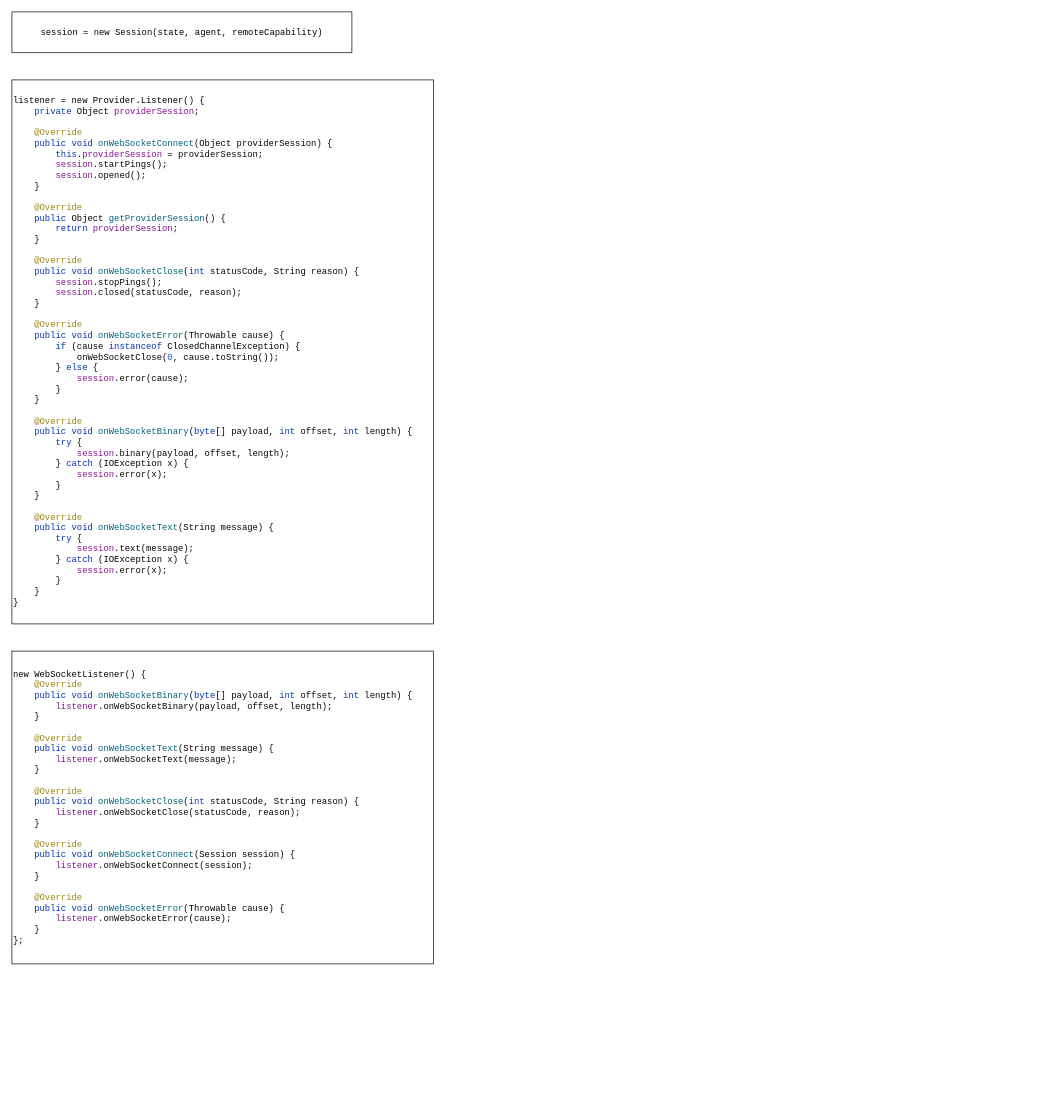
lzus/test keeps this draw.io diagram as websockethandler.drawio. Above is the earlier version. Source tidied: cells renumbered, new cells numbered last; positions are measured from the earlier drawing's top-left corner, leaving out a move shared by most shapes. Both pictures are drawn from the tidied source at 68%, with x=0, y=0 at pixel (12, 12).
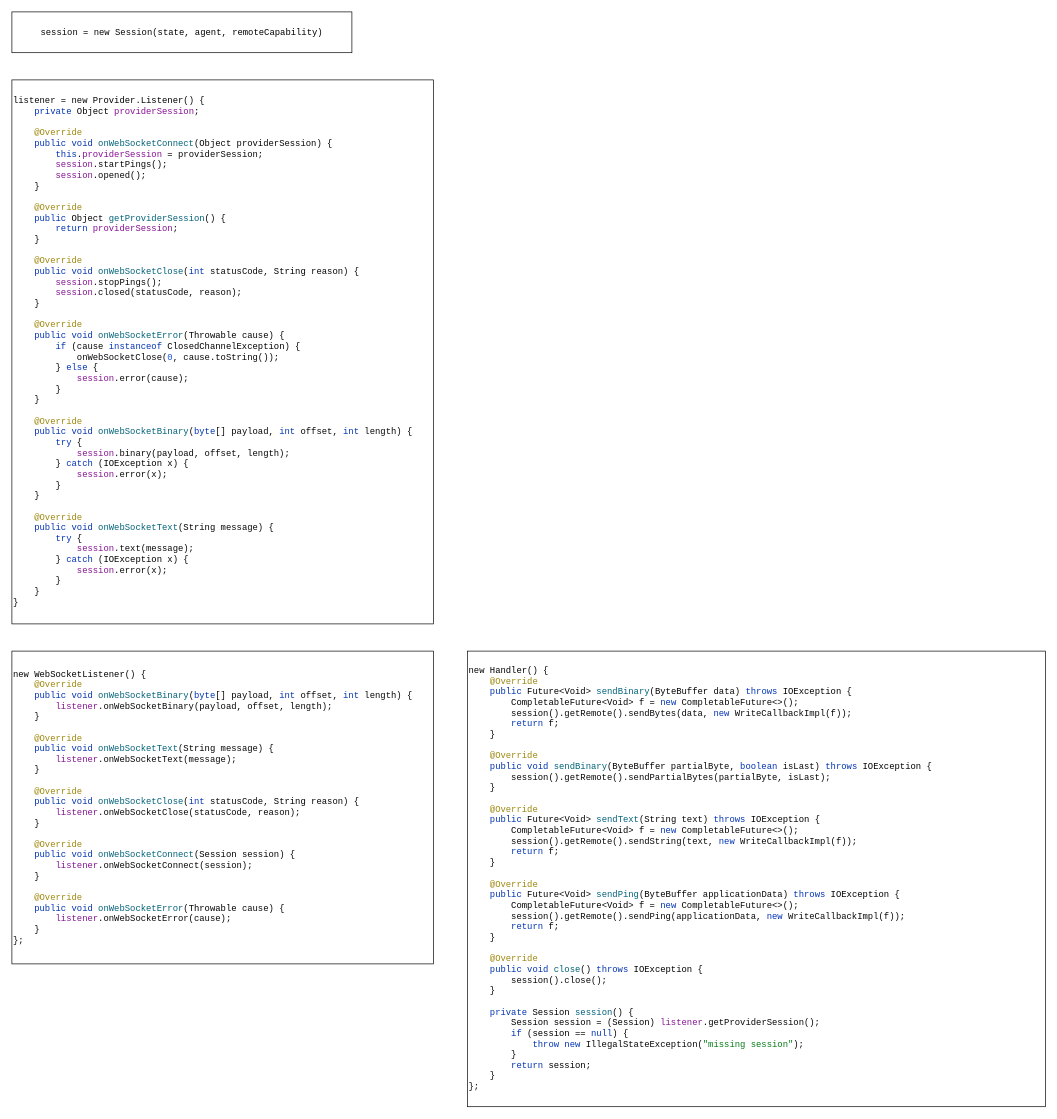
After the change.

What changed in the source:
```diff
@@
 <mxGraphModel>
   <root>
     <mxCell id="0" />
     <mxCell id="1" parent="0" />
     <mxCell id="2" value="&lt;pre style=&quot;background-color:#ffffff;color:#080808;font-family:'JetBrains Mono',monospace;font-size:9.8pt;&quot;&gt;session = new Session(&lt;span style=&quot;color:#000000;&quot;&gt;state&lt;/span&gt;, &lt;span style=&quot;color:#000000;&quot;&gt;agent&lt;/span&gt;, &lt;span style=&quot;color:#000000;&quot;&gt;remoteCapability&lt;/span&gt;)&lt;/pre&gt;" style="rounded=0;whiteSpace=wrap;html=1;" parent="1" vertex="1">
       <mxGeometry width="500" height="60" as="geometry" />
     </mxCell>
     <mxCell id="3" value="&lt;pre style=&quot;background-color:#ffffff;color:#080808;font-family:'JetBrains Mono',monospace;font-size:9.8pt;&quot;&gt;listener = new &lt;span style=&quot;color:#000000;&quot;&gt;Provider&lt;/span&gt;.&lt;span style=&quot;color:#000000;&quot;&gt;Listener&lt;/span&gt;() {&lt;br&gt;    &lt;span style=&quot;color:#0033b3;&quot;&gt;private &lt;/span&gt;&lt;span style=&quot;color:#000000;&quot;&gt;Object &lt;/span&gt;&lt;span style=&quot;color:#871094;&quot;&gt;providerSession&lt;/span&gt;;&lt;br&gt;&lt;br&gt;    &lt;span style=&quot;color:#9e880d;&quot;&gt;@Override&lt;br&gt;&lt;/span&gt;&lt;span style=&quot;color:#9e880d;&quot;&gt;    &lt;/span&gt;&lt;span style=&quot;color:#0033b3;&quot;&gt;public void &lt;/span&gt;&lt;span style=&quot;color:#00627a;&quot;&gt;onWebSocketConnect&lt;/span&gt;(&lt;span style=&quot;color:#000000;&quot;&gt;Object &lt;/span&gt;providerSession) {&lt;br&gt;        &lt;span style=&quot;color:#0033b3;&quot;&gt;this&lt;/span&gt;.&lt;span style=&quot;color:#871094;&quot;&gt;providerSession &lt;/span&gt;= providerSession;&lt;br&gt;        &lt;span style=&quot;color:#851691;&quot;&gt;session&lt;/span&gt;.startPings();&lt;br&gt;        &lt;span style=&quot;color:#851691;&quot;&gt;session&lt;/span&gt;.opened();&lt;br&gt;    }&lt;br&gt;&lt;br&gt;    &lt;span style=&quot;color:#9e880d;&quot;&gt;@Override&lt;br&gt;&lt;/span&gt;&lt;span style=&quot;color:#9e880d;&quot;&gt;    &lt;/span&gt;&lt;span style=&quot;color:#0033b3;&quot;&gt;public &lt;/span&gt;&lt;span style=&quot;color:#000000;&quot;&gt;Object &lt;/span&gt;&lt;span style=&quot;color:#00627a;&quot;&gt;getProviderSession&lt;/span&gt;() {&lt;br&gt;        &lt;span style=&quot;color:#0033b3;&quot;&gt;return &lt;/span&gt;&lt;span style=&quot;color:#871094;&quot;&gt;providerSession&lt;/span&gt;;&lt;br&gt;    }&lt;br&gt;&lt;br&gt;    &lt;span style=&quot;color:#9e880d;&quot;&gt;@Override&lt;br&gt;&lt;/span&gt;&lt;span style=&quot;color:#9e880d;&quot;&gt;    &lt;/span&gt;&lt;span style=&quot;color:#0033b3;&quot;&gt;public void &lt;/span&gt;&lt;span style=&quot;color:#00627a;&quot;&gt;onWebSocketClose&lt;/span&gt;(&lt;span style=&quot;color:#0033b3;&quot;&gt;int &lt;/span&gt;statusCode, &lt;span style=&quot;color:#000000;&quot;&gt;String &lt;/span&gt;reason) {&lt;br&gt;        &lt;span style=&quot;color:#851691;&quot;&gt;session&lt;/span&gt;.stopPings();&lt;br&gt;        &lt;span style=&quot;color:#851691;&quot;&gt;session&lt;/span&gt;.closed(statusCode, reason);&lt;br&gt;    }&lt;br&gt;&lt;br&gt;    &lt;span style=&quot;color:#9e880d;&quot;&gt;@Override&lt;br&gt;&lt;/span&gt;&lt;span style=&quot;color:#9e880d;&quot;&gt;    &lt;/span&gt;&lt;span style=&quot;color:#0033b3;&quot;&gt;public void &lt;/span&gt;&lt;span style=&quot;color:#00627a;&quot;&gt;onWebSocketError&lt;/span&gt;(&lt;span style=&quot;color:#000000;&quot;&gt;Throwable &lt;/span&gt;cause) {&lt;br&gt;        &lt;span style=&quot;color:#0033b3;&quot;&gt;if &lt;/span&gt;(cause &lt;span style=&quot;color:#0033b3;&quot;&gt;instanceof &lt;/span&gt;&lt;span style=&quot;color:#000000;&quot;&gt;ClosedChannelException&lt;/span&gt;) {&lt;br&gt;            onWebSocketClose(&lt;span style=&quot;color:#1750eb;&quot;&gt;0&lt;/span&gt;, cause.toString());&lt;br&gt;        } &lt;span style=&quot;color:#0033b3;&quot;&gt;else &lt;/span&gt;{&lt;br&gt;            &lt;span style=&quot;color:#851691;&quot;&gt;session&lt;/span&gt;.error(cause);&lt;br&gt;        }&lt;br&gt;    }&lt;br&gt;&lt;br&gt;    &lt;span style=&quot;color:#9e880d;&quot;&gt;@Override&lt;br&gt;&lt;/span&gt;&lt;span style=&quot;color:#9e880d;&quot;&gt;    &lt;/span&gt;&lt;span style=&quot;color:#0033b3;&quot;&gt;public void &lt;/span&gt;&lt;span style=&quot;color:#00627a;&quot;&gt;onWebSocketBinary&lt;/span&gt;(&lt;span style=&quot;color:#0033b3;&quot;&gt;byte&lt;/span&gt;[] payload, &lt;span style=&quot;color:#0033b3;&quot;&gt;int &lt;/span&gt;offset, &lt;span style=&quot;color:#0033b3;&quot;&gt;int &lt;/span&gt;length) {&lt;br&gt;        &lt;span style=&quot;color:#0033b3;&quot;&gt;try &lt;/span&gt;{&lt;br&gt;            &lt;span style=&quot;color:#851691;&quot;&gt;session&lt;/span&gt;.binary(payload, offset, length);&lt;br&gt;        } &lt;span style=&quot;color:#0033b3;&quot;&gt;catch &lt;/span&gt;(&lt;span style=&quot;color:#000000;&quot;&gt;IOException &lt;/span&gt;x) {&lt;br&gt;            &lt;span style=&quot;color:#851691;&quot;&gt;session&lt;/span&gt;.error(x);&lt;br&gt;        }&lt;br&gt;    }&lt;br&gt;&lt;br&gt;    &lt;span style=&quot;color:#9e880d;&quot;&gt;@Override&lt;br&gt;&lt;/span&gt;&lt;span style=&quot;color:#9e880d;&quot;&gt;    &lt;/span&gt;&lt;span style=&quot;color:#0033b3;&quot;&gt;public void &lt;/span&gt;&lt;span style=&quot;color:#00627a;&quot;&gt;onWebSocketText&lt;/span&gt;(&lt;span style=&quot;color:#000000;&quot;&gt;String &lt;/span&gt;message) {&lt;br&gt;        &lt;span style=&quot;color:#0033b3;&quot;&gt;try &lt;/span&gt;{&lt;br&gt;            &lt;span style=&quot;color:#851691;&quot;&gt;session&lt;/span&gt;.text(message);&lt;br&gt;        } &lt;span style=&quot;color:#0033b3;&quot;&gt;catch &lt;/span&gt;(&lt;span style=&quot;color:#000000;&quot;&gt;IOException &lt;/span&gt;x) {&lt;br&gt;            &lt;span style=&quot;color:#851691;&quot;&gt;session&lt;/span&gt;.error(x);&lt;br&gt;        }&lt;br&gt;    }&lt;br&gt;}&lt;/pre&gt;" style="rounded=0;whiteSpace=wrap;html=1;align=left;" parent="1" vertex="1">
       <mxGeometry y="100" width="620" height="800" as="geometry" />
     </mxCell>
     <mxCell id="4" value="&lt;pre style=&quot;background-color:#ffffff;color:#080808;font-family:'JetBrains Mono',monospace;font-size:9.8pt;&quot;&gt;new &lt;span style=&quot;color:#000000;&quot;&gt;WebSocketListener&lt;/span&gt;() {&lt;br&gt;    &lt;span style=&quot;color:#9e880d;&quot;&gt;@Override&lt;br&gt;&lt;/span&gt;&lt;span style=&quot;color:#9e880d;&quot;&gt;    &lt;/span&gt;&lt;span style=&quot;color:#0033b3;&quot;&gt;public void &lt;/span&gt;&lt;span style=&quot;color:#00627a;&quot;&gt;onWebSocketBinary&lt;/span&gt;(&lt;span style=&quot;color:#0033b3;&quot;&gt;byte&lt;/span&gt;[] payload, &lt;span style=&quot;color:#0033b3;&quot;&gt;int &lt;/span&gt;offset, &lt;span style=&quot;color:#0033b3;&quot;&gt;int &lt;/span&gt;length) {&lt;br&gt;        &lt;span style=&quot;color:#851691;&quot;&gt;listener&lt;/span&gt;.onWebSocketBinary(payload, offset, length);&lt;br&gt;    }&lt;br&gt;&lt;br&gt;    &lt;span style=&quot;color:#9e880d;&quot;&gt;@Override&lt;br&gt;&lt;/span&gt;&lt;span style=&quot;color:#9e880d;&quot;&gt;    &lt;/span&gt;&lt;span style=&quot;color:#0033b3;&quot;&gt;public void &lt;/span&gt;&lt;span style=&quot;color:#00627a;&quot;&gt;onWebSocketText&lt;/span&gt;(&lt;span style=&quot;color:#000000;&quot;&gt;String &lt;/span&gt;message) {&lt;br&gt;        &lt;span style=&quot;color:#851691;&quot;&gt;listener&lt;/span&gt;.onWebSocketText(message);&lt;br&gt;    }&lt;br&gt;&lt;br&gt;    &lt;span style=&quot;color:#9e880d;&quot;&gt;@Override&lt;br&gt;&lt;/span&gt;&lt;span style=&quot;color:#9e880d;&quot;&gt;    &lt;/span&gt;&lt;span style=&quot;color:#0033b3;&quot;&gt;public void &lt;/span&gt;&lt;span style=&quot;color:#00627a;&quot;&gt;onWebSocketClose&lt;/span&gt;(&lt;span style=&quot;color:#0033b3;&quot;&gt;int &lt;/span&gt;statusCode, &lt;span style=&quot;color:#000000;&quot;&gt;String &lt;/span&gt;reason) {&lt;br&gt;        &lt;span style=&quot;color:#851691;&quot;&gt;listener&lt;/span&gt;.onWebSocketClose(statusCode, reason);&lt;br&gt;    }&lt;br&gt;&lt;br&gt;    &lt;span style=&quot;color:#9e880d;&quot;&gt;@Override&lt;br&gt;&lt;/span&gt;&lt;span style=&quot;color:#9e880d;&quot;&gt;    &lt;/span&gt;&lt;span style=&quot;color:#0033b3;&quot;&gt;public void &lt;/span&gt;&lt;span style=&quot;color:#00627a;&quot;&gt;onWebSocketConnect&lt;/span&gt;(&lt;span style=&quot;color:#000000;&quot;&gt;Session &lt;/span&gt;session) {&lt;br&gt;        &lt;span style=&quot;color:#851691;&quot;&gt;listener&lt;/span&gt;.onWebSocketConnect(session);&lt;br&gt;    }&lt;br&gt;&lt;br&gt;    &lt;span style=&quot;color:#9e880d;&quot;&gt;@Override&lt;br&gt;&lt;/span&gt;&lt;span style=&quot;color:#9e880d;&quot;&gt;    &lt;/span&gt;&lt;span style=&quot;color:#0033b3;&quot;&gt;public void &lt;/span&gt;&lt;span style=&quot;color:#00627a;&quot;&gt;onWebSocketError&lt;/span&gt;(&lt;span style=&quot;color:#000000;&quot;&gt;Throwable &lt;/span&gt;cause) {&lt;br&gt;        &lt;span style=&quot;color:#851691;&quot;&gt;listener&lt;/span&gt;.onWebSocketError(cause);&lt;br&gt;    }&lt;br&gt;};&lt;/pre&gt;" style="rounded=0;whiteSpace=wrap;html=1;align=left;" parent="1" vertex="1">
       <mxGeometry y="940" width="620" height="460" as="geometry" />
     </mxCell>
+    <mxCell id="5" value="&lt;pre style=&quot;background-color:#ffffff;color:#080808;font-family:'JetBrains Mono',monospace;font-size:9.8pt;&quot;&gt;new &lt;span style=&quot;color:#000000;&quot;&gt;Handler&lt;/span&gt;() {&lt;br&gt;    &lt;span style=&quot;color:#9e880d;&quot;&gt;@Override&lt;br&gt;&lt;/span&gt;&lt;span style=&quot;color:#9e880d;&quot;&gt;    &lt;/span&gt;&lt;span style=&quot;color:#0033b3;&quot;&gt;public &lt;/span&gt;&lt;span style=&quot;color:#000000;&quot;&gt;Future&lt;/span&gt;&amp;lt;&lt;span style=&quot;color:#000000;&quot;&gt;Void&lt;/span&gt;&amp;gt; &lt;span style=&quot;color:#00627a;&quot;&gt;sendBinary&lt;/span&gt;(&lt;span style=&quot;color:#000000;&quot;&gt;ByteBuffer &lt;/span&gt;data) &lt;span style=&quot;color:#0033b3;&quot;&gt;throws &lt;/span&gt;&lt;span style=&quot;color:#000000;&quot;&gt;IOException &lt;/span&gt;{&lt;br&gt;        &lt;span style=&quot;color:#000000;&quot;&gt;CompletableFuture&lt;/span&gt;&amp;lt;&lt;span style=&quot;color:#000000;&quot;&gt;Void&lt;/span&gt;&amp;gt; &lt;span style=&quot;color:#000000;&quot;&gt;f &lt;/span&gt;= &lt;span style=&quot;color:#0033b3;&quot;&gt;new &lt;/span&gt;CompletableFuture&amp;lt;&amp;gt;();&lt;br&gt;        session().getRemote().sendBytes(data, &lt;span style=&quot;color:#0033b3;&quot;&gt;new &lt;/span&gt;WriteCallbackImpl(&lt;span style=&quot;color:#000000;&quot;&gt;f&lt;/span&gt;));&lt;br&gt;        &lt;span style=&quot;color:#0033b3;&quot;&gt;return &lt;/span&gt;&lt;span style=&quot;color:#000000;&quot;&gt;f&lt;/span&gt;;&lt;br&gt;    }&lt;br&gt;&lt;br&gt;    &lt;span style=&quot;color:#9e880d;&quot;&gt;@Override&lt;br&gt;&lt;/span&gt;&lt;span style=&quot;color:#9e880d;&quot;&gt;    &lt;/span&gt;&lt;span style=&quot;color:#0033b3;&quot;&gt;public void &lt;/span&gt;&lt;span style=&quot;color:#00627a;&quot;&gt;sendBinary&lt;/span&gt;(&lt;span style=&quot;color:#000000;&quot;&gt;ByteBuffer &lt;/span&gt;partialByte, &lt;span style=&quot;color:#0033b3;&quot;&gt;boolean &lt;/span&gt;isLast) &lt;span style=&quot;color:#0033b3;&quot;&gt;throws &lt;/span&gt;&lt;span style=&quot;color:#000000;&quot;&gt;IOException &lt;/span&gt;{&lt;br&gt;        session().getRemote().sendPartialBytes(partialByte, isLast);&lt;br&gt;    }&lt;br&gt;&lt;br&gt;    &lt;span style=&quot;color:#9e880d;&quot;&gt;@Override&lt;br&gt;&lt;/span&gt;&lt;span style=&quot;color:#9e880d;&quot;&gt;    &lt;/span&gt;&lt;span style=&quot;color:#0033b3;&quot;&gt;public &lt;/span&gt;&lt;span style=&quot;color:#000000;&quot;&gt;Future&lt;/span&gt;&amp;lt;&lt;span style=&quot;color:#000000;&quot;&gt;Void&lt;/span&gt;&amp;gt; &lt;span style=&quot;color:#00627a;&quot;&gt;sendText&lt;/span&gt;(&lt;span style=&quot;color:#000000;&quot;&gt;String &lt;/span&gt;text) &lt;span style=&quot;color:#0033b3;&quot;&gt;throws &lt;/span&gt;&lt;span style=&quot;color:#000000;&quot;&gt;IOException &lt;/span&gt;{&lt;br&gt;        &lt;span style=&quot;color:#000000;&quot;&gt;CompletableFuture&lt;/span&gt;&amp;lt;&lt;span style=&quot;color:#000000;&quot;&gt;Void&lt;/span&gt;&amp;gt; &lt;span style=&quot;color:#000000;&quot;&gt;f &lt;/span&gt;= &lt;span style=&quot;color:#0033b3;&quot;&gt;new &lt;/span&gt;CompletableFuture&amp;lt;&amp;gt;();&lt;br&gt;        session().getRemote().sendString(text, &lt;span style=&quot;color:#0033b3;&quot;&gt;new &lt;/span&gt;WriteCallbackImpl(&lt;span style=&quot;color:#000000;&quot;&gt;f&lt;/span&gt;));&lt;br&gt;        &lt;span style=&quot;color:#0033b3;&quot;&gt;return &lt;/span&gt;&lt;span style=&quot;color:#000000;&quot;&gt;f&lt;/span&gt;;&lt;br&gt;    }&lt;br&gt;&lt;br&gt;    &lt;span style=&quot;color:#9e880d;&quot;&gt;@Override&lt;br&gt;&lt;/span&gt;&lt;span style=&quot;color:#9e880d;&quot;&gt;    &lt;/span&gt;&lt;span style=&quot;color:#0033b3;&quot;&gt;public &lt;/span&gt;&lt;span style=&quot;color:#000000;&quot;&gt;Future&lt;/span&gt;&amp;lt;&lt;span style=&quot;color:#000000;&quot;&gt;Void&lt;/span&gt;&amp;gt; &lt;span style=&quot;color:#00627a;&quot;&gt;sendPing&lt;/span&gt;(&lt;span style=&quot;color:#000000;&quot;&gt;ByteBuffer &lt;/span&gt;applicationData) &lt;span style=&quot;color:#0033b3;&quot;&gt;throws &lt;/span&gt;&lt;span style=&quot;color:#000000;&quot;&gt;IOException &lt;/span&gt;{&lt;br&gt;        &lt;span style=&quot;color:#000000;&quot;&gt;CompletableFuture&lt;/span&gt;&amp;lt;&lt;span style=&quot;color:#000000;&quot;&gt;Void&lt;/span&gt;&amp;gt; &lt;span style=&quot;color:#000000;&quot;&gt;f &lt;/span&gt;= &lt;span style=&quot;color:#0033b3;&quot;&gt;new &lt;/span&gt;CompletableFuture&amp;lt;&amp;gt;();&lt;br&gt;        session().getRemote().sendPing(applicationData, &lt;span style=&quot;color:#0033b3;&quot;&gt;new &lt;/span&gt;WriteCallbackImpl(&lt;span style=&quot;color:#000000;&quot;&gt;f&lt;/span&gt;));&lt;br&gt;        &lt;span style=&quot;color:#0033b3;&quot;&gt;return &lt;/span&gt;&lt;span style=&quot;color:#000000;&quot;&gt;f&lt;/span&gt;;&lt;br&gt;    }&lt;br&gt;&lt;br&gt;    &lt;span style=&quot;color:#9e880d;&quot;&gt;@Override&lt;br&gt;&lt;/span&gt;&lt;span style=&quot;color:#9e880d;&quot;&gt;    &lt;/span&gt;&lt;span style=&quot;color:#0033b3;&quot;&gt;public void &lt;/span&gt;&lt;span style=&quot;color:#00627a;&quot;&gt;close&lt;/span&gt;() &lt;span style=&quot;color:#0033b3;&quot;&gt;throws &lt;/span&gt;&lt;span style=&quot;color:#000000;&quot;&gt;IOException &lt;/span&gt;{&lt;br&gt;        session().close();&lt;br&gt;    }&lt;br&gt;&lt;br&gt;    &lt;span style=&quot;color:#0033b3;&quot;&gt;private &lt;/span&gt;&lt;span style=&quot;color:#000000;&quot;&gt;Session &lt;/span&gt;&lt;span style=&quot;color:#00627a;&quot;&gt;session&lt;/span&gt;() {&lt;br&gt;        &lt;span style=&quot;color:#000000;&quot;&gt;Session session &lt;/span&gt;= (&lt;span style=&quot;color:#000000;&quot;&gt;Session&lt;/span&gt;) &lt;span style=&quot;color:#851691;&quot;&gt;listener&lt;/span&gt;.getProviderSession();&lt;br&gt;        &lt;span style=&quot;color:#0033b3;&quot;&gt;if &lt;/span&gt;(&lt;span style=&quot;color:#000000;&quot;&gt;session &lt;/span&gt;== &lt;span style=&quot;color:#0033b3;&quot;&gt;null&lt;/span&gt;) {&lt;br&gt;            &lt;span style=&quot;color:#0033b3;&quot;&gt;throw new &lt;/span&gt;IllegalStateException(&lt;span style=&quot;color:#067d17;&quot;&gt;&quot;missing session&quot;&lt;/span&gt;);&lt;br&gt;        }&lt;br&gt;        &lt;span style=&quot;color:#0033b3;&quot;&gt;return &lt;/span&gt;&lt;span style=&quot;color:#000000;&quot;&gt;session&lt;/span&gt;;&lt;br&gt;    }&lt;br&gt;};&lt;/pre&gt;" style="rounded=0;whiteSpace=wrap;html=1;align=left;" parent="1" vertex="1">
+      <mxGeometry x="670" y="940" width="850" height="670" as="geometry" />
+    </mxCell>
   </root>
 </mxGraphModel>
```
